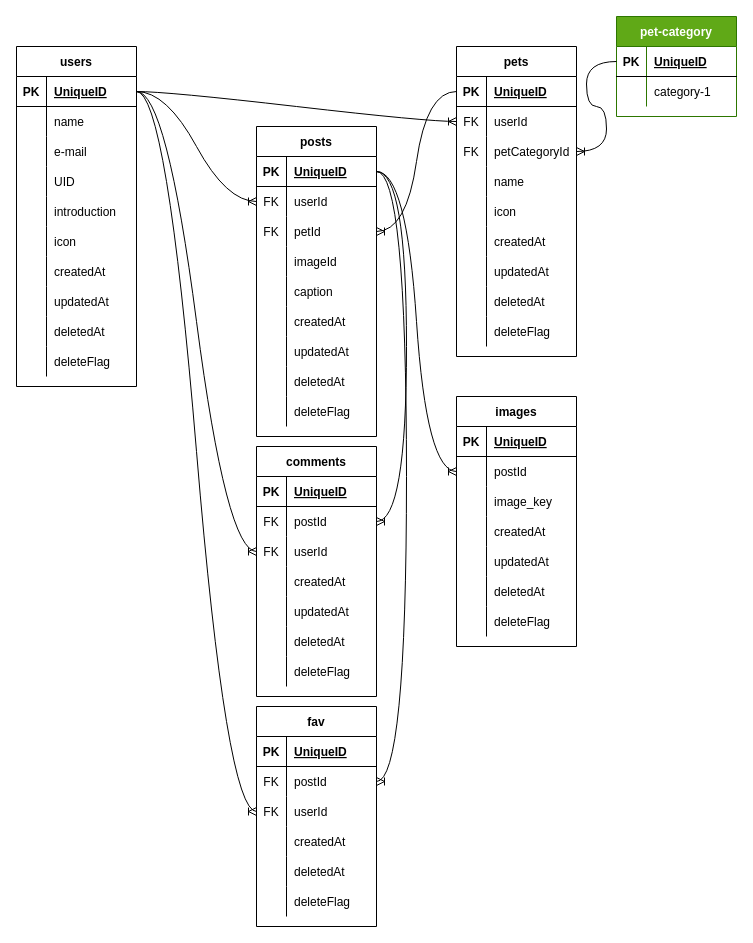
The draw.io diagram petSNS.drawio in BC-Team1/pet-photo-SNS, before the edit. Source tidied: cells renumbered, new cells numbered last; positions are measured from the earlier drawing's top-left corner, leaving out a move shared by most shapes. Both pictures are drawn from the tidied source at 100%, with x=0, y=0 at pixel (16, 16).
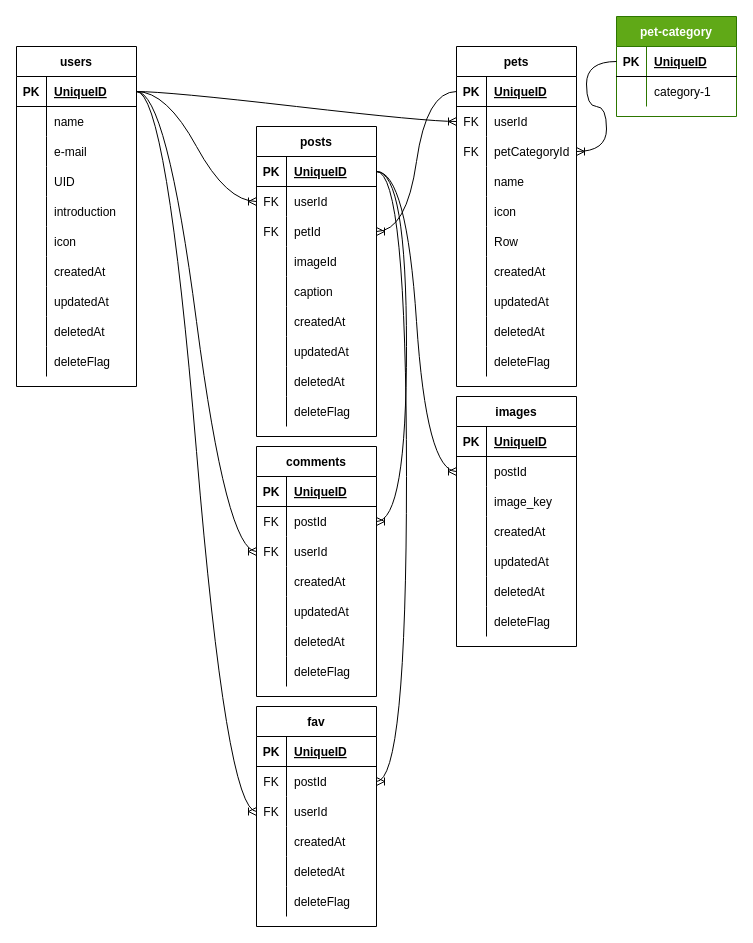
The same diagram, later.

The edit, as a diff of the source:
```diff
@@
     <mxCell id="68" value="pets" style="shape=table;startSize=30;childLayout=tableLayout;rowLines=0;fontStyle=1;align=center;rounded=0;" parent="1" vertex="1">
-      <mxGeometry x="440" y="30" width="120" height="310" as="geometry" />
+      <mxGeometry x="440" y="30" width="120" height="340" as="geometry" />
     </mxCell>
@@
+    <mxCell id="168" style="shape=partialRectangle;fillColor=none;top=0;left=0;bottom=0;right=0;" parent="68" vertex="1">
+      <mxGeometry y="180" width="120" height="30" as="geometry" />
+    </mxCell>
+    <mxCell id="169" style="shape=partialRectangle;fillColor=none;top=0;left=0;bottom=0;right=0;overflow=hidden;" parent="168" vertex="1">
+      <mxGeometry width="30" height="30" as="geometry" />
+    </mxCell>
+    <mxCell id="170" value="Row" style="shape=partialRectangle;fillColor=none;top=0;left=0;bottom=0;right=0;align=left;spacingLeft=6;overflow=hidden;" parent="168" vertex="1">
+      <mxGeometry x="30" width="90" height="30" as="geometry" />
+    </mxCell>
     <mxCell id="84" style="shape=partialRectangle;fillColor=none;top=0;left=0;bottom=0;right=0;rounded=0;" parent="68" vertex="1">
-      <mxGeometry y="180" width="120" height="30" as="geometry" />
+      <mxGeometry y="210" width="120" height="30" as="geometry" />
     </mxCell>
@@
     <mxCell id="87" style="shape=partialRectangle;fillColor=none;top=0;left=0;bottom=0;right=0;rounded=0;" parent="68" vertex="1">
-      <mxGeometry y="210" width="120" height="30" as="geometry" />
+      <mxGeometry y="240" width="120" height="30" as="geometry" />
     </mxCell>
@@
     <mxCell id="90" style="shape=partialRectangle;fillColor=none;top=0;left=0;bottom=0;right=0;rounded=0;" parent="68" vertex="1">
-      <mxGeometry y="240" width="120" height="30" as="geometry" />
+      <mxGeometry y="270" width="120" height="30" as="geometry" />
     </mxCell>
@@
     <mxCell id="93" style="shape=partialRectangle;fillColor=none;top=0;left=0;bottom=0;right=0;rounded=0;" parent="68" vertex="1">
-      <mxGeometry y="270" width="120" height="30" as="geometry" />
+      <mxGeometry y="300" width="120" height="30" as="geometry" />
     </mxCell>
```
